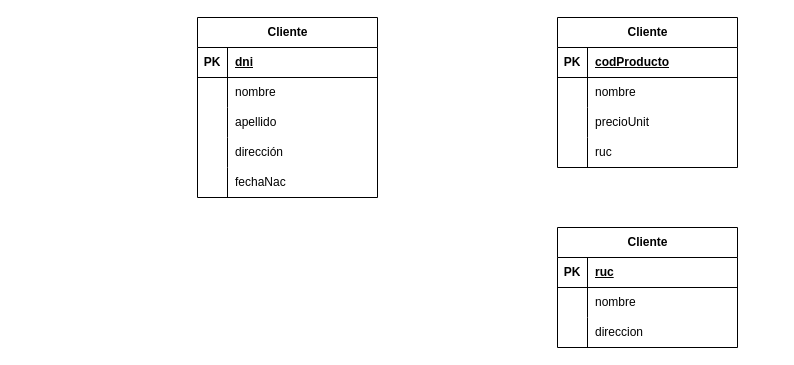
The draw.io diagram Caso02-SEM2.drawio in EdhuMS/BASE-DE-DATOS, before the edit. Source tidied: cells renumbered, new cells numbered last; positions are measured from the earlier drawing's top-left corner, leaving out a move shared by most shapes. Both pictures are drawn from the tidied source at 100%, with x=0, y=0 at pixel (197, 17).
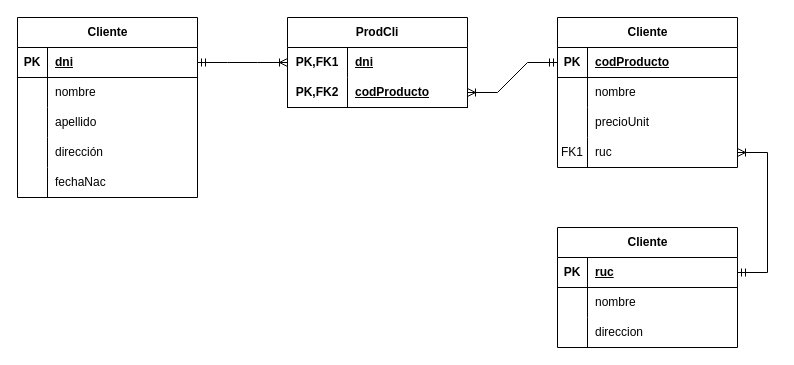
The same diagram, later.

The change refers to these unchanged cells:
```xml
<mxCell id="3" style="shape=tableRow;horizontal=0;startSize=0;swimlaneHead=0;swimlaneBody=0;fillColor=none;points=[[0,0.5],[1,0.5]];portConstraint=eastwest;top=0;left=0;right=0;bottom=1;" parent="2" vertex="1">
  <mxGeometry y="30" width="180" height="30" as="geometry" />
</mxCell>
<mxCell id="19" style="shape=tableRow;horizontal=0;startSize=0;swimlaneHead=0;swimlaneBody=0;fillColor=none;points=[[0,0.5],[1,0.5]];portConstraint=eastwest;top=0;left=0;right=0;bottom=1;" parent="18" vertex="1">
  <mxGeometry y="30" width="180" height="30" as="geometry" />
</mxCell>
<mxCell id="28" style="shape=tableRow;horizontal=0;startSize=0;swimlaneHead=0;swimlaneBody=0;fillColor=none;points=[[0,0.5],[1,0.5]];portConstraint=eastwest;top=0;left=0;right=0;bottom=0;" parent="18" vertex="1">
  <mxGeometry y="120" width="180" height="30" as="geometry" />
</mxCell>
<mxCell id="32" style="shape=tableRow;horizontal=0;startSize=0;swimlaneHead=0;swimlaneBody=0;fillColor=none;points=[[0,0.5],[1,0.5]];portConstraint=eastwest;top=0;left=0;right=0;bottom=1;" parent="31" vertex="1">
  <mxGeometry y="30" width="180" height="30" as="geometry" />
</mxCell>
```

What changed in the source:
```diff
@@
     <mxCell id="2" value="Cliente" style="shape=table;startSize=30;childLayout=tableLayout;rowLines=0;fontStyle=1;align=center;html=1;" parent="1" vertex="1">
-      <mxGeometry width="180" height="180" as="geometry" />
+      <mxGeometry x="-180" width="180" height="180" as="geometry" />
     </mxCell>
@@
-    <mxCell id="29" style="shape=partialRectangle;fillColor=none;top=0;left=0;bottom=0;right=0;overflow=hidden;whiteSpace=wrap;html=1;" parent="28" vertex="1">
+    <mxCell id="29" value="FK1" style="shape=partialRectangle;fillColor=none;top=0;left=0;bottom=0;right=0;overflow=hidden;whiteSpace=wrap;html=1;" parent="28" vertex="1">
       <mxGeometry width="30" height="30" as="geometry" />
     </mxCell>
@@
+    <mxCell id="41" style="edgeStyle=entityRelationEdgeStyle;fontSize=12;html=1;endArrow=ERoneToMany;startArrow=ERmandOne;rounded=0;" parent="1" edge="1" source="32" target="28">
+      <mxGeometry relative="1" as="geometry">
+        <Array as="points">
+          <mxPoint x="1080" y="245" />
+        </Array>
+      </mxGeometry>
+    </mxCell>
+    <mxCell id="42" value="ProdCli" style="shape=table;startSize=30;childLayout=tableLayout;rowLines=0;fontStyle=1;align=center;html=1;whiteSpace=wrap;" parent="1" vertex="1">
+      <mxGeometry x="90" width="180" height="90" as="geometry" />
+    </mxCell>
+    <mxCell id="43" style="shape=tableRow;horizontal=0;startSize=0;swimlaneHead=0;swimlaneBody=0;fillColor=none;points=[[0,0.5],[1,0.5]];portConstraint=eastwest;top=0;left=0;right=0;bottom=0;html=1;" parent="42" vertex="1">
+      <mxGeometry y="30" width="180" height="30" as="geometry" />
+    </mxCell>
+    <mxCell id="44" value="PK,FK1" style="shape=partialRectangle;fillColor=none;top=0;left=0;bottom=0;right=0;fontStyle=1;overflow=hidden;html=1;whiteSpace=wrap;" parent="43" vertex="1">
+      <mxGeometry width="60" height="30" as="geometry" />
+    </mxCell>
+    <mxCell id="45" value="dni" style="shape=partialRectangle;fillColor=none;top=0;left=0;bottom=0;right=0;align=left;spacingLeft=6;fontStyle=5;overflow=hidden;html=1;whiteSpace=wrap;" parent="43" vertex="1">
+      <mxGeometry x="60" width="120" height="30" as="geometry" />
+    </mxCell>
+    <mxCell id="46" style="shape=tableRow;horizontal=0;startSize=0;swimlaneHead=0;swimlaneBody=0;fillColor=none;points=[[0,0.5],[1,0.5]];portConstraint=eastwest;top=0;left=0;right=0;bottom=1;html=1;" parent="42" vertex="1">
+      <mxGeometry y="60" width="180" height="30" as="geometry" />
+    </mxCell>
+    <mxCell id="47" value="PK,FK2" style="shape=partialRectangle;fillColor=none;top=0;left=0;bottom=0;right=0;fontStyle=1;overflow=hidden;html=1;whiteSpace=wrap;" parent="46" vertex="1">
+      <mxGeometry width="60" height="30" as="geometry" />
+    </mxCell>
+    <mxCell id="48" value="codProducto" style="shape=partialRectangle;fillColor=none;top=0;left=0;bottom=0;right=0;align=left;spacingLeft=6;fontStyle=5;overflow=hidden;html=1;whiteSpace=wrap;" parent="46" vertex="1">
+      <mxGeometry x="60" width="120" height="30" as="geometry" />
+    </mxCell>
+    <mxCell id="49" style="edgeStyle=entityRelationEdgeStyle;fontSize=12;html=1;endArrow=ERoneToMany;startArrow=ERmandOne;rounded=0;" parent="1" edge="1" source="3" target="43">
+      <mxGeometry relative="1" as="geometry" />
+    </mxCell>
+    <mxCell id="50" style="edgeStyle=entityRelationEdgeStyle;fontSize=12;html=1;endArrow=ERoneToMany;startArrow=ERmandOne;rounded=0;" parent="1" edge="1" source="19" target="46">
+      <mxGeometry relative="1" as="geometry" />
+    </mxCell>
```
